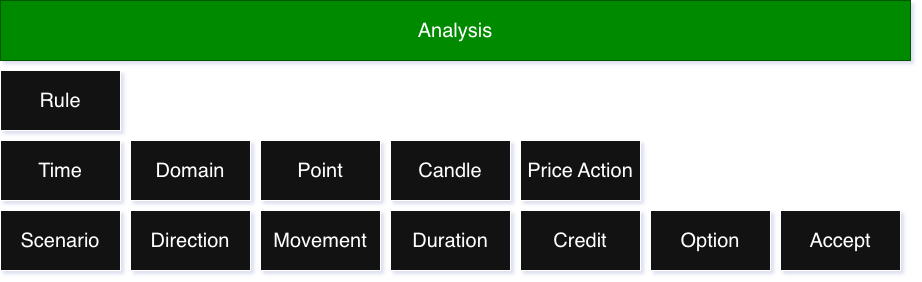
Earlier version of the draw.io export design/analysis.png (kashanimorteza/economy_document). Source tidied: cells renumbered, new cells last; positions are measured from the earlier drawing's top-left corner, leaving out a move shared by most shapes.
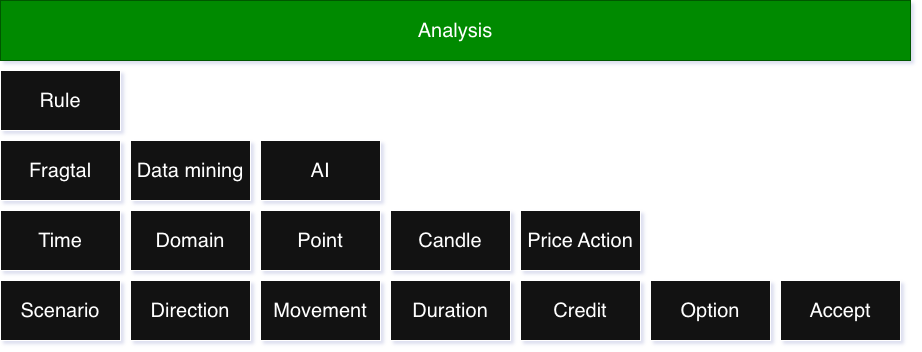
The same diagram one commit later.

Diff of the diagram source:
```diff
@@ -36,13 +36,22 @@
       <mxGeometry y="210" width="120" height="60" as="geometry" />
     </mxCell>
     <mxCell id="13" value="Rule" style="whiteSpace=wrap;html=1;fontSize=20;" parent="1" vertex="1">
-      <mxGeometry y="70" width="120" height="60" as="geometry" />
+      <mxGeometry width="120" height="60" as="geometry" />
     </mxCell>
     <mxCell id="14" value="Analysis" style="whiteSpace=wrap;html=1;fontSize=20;fontColor=#ffffff;fillColor=#008a00;strokeColor=#005700;" parent="1" vertex="1">
-      <mxGeometry width="910" height="60" as="geometry" />
+      <mxGeometry y="-70" width="910" height="60" as="geometry" />
     </mxCell>
     <mxCell id="15" value="Price Action" style="whiteSpace=wrap;html=1;fontSize=20;" parent="1" vertex="1">
       <mxGeometry x="520" y="140" width="120" height="60" as="geometry" />
     </mxCell>
+    <mxCell id="16" value="Fragtal" style="whiteSpace=wrap;html=1;fontSize=20;" parent="1" vertex="1">
+      <mxGeometry y="70" width="120" height="60" as="geometry" />
+    </mxCell>
+    <mxCell id="17" value="Data mining" style="whiteSpace=wrap;html=1;fontSize=20;" parent="1" vertex="1">
+      <mxGeometry x="130" y="70" width="120" height="60" as="geometry" />
+    </mxCell>
+    <mxCell id="18" value="AI" style="whiteSpace=wrap;html=1;fontSize=20;" parent="1" vertex="1">
+      <mxGeometry x="260" y="70" width="120" height="60" as="geometry" />
+    </mxCell>
   </root>
 </mxGraphModel>
```
